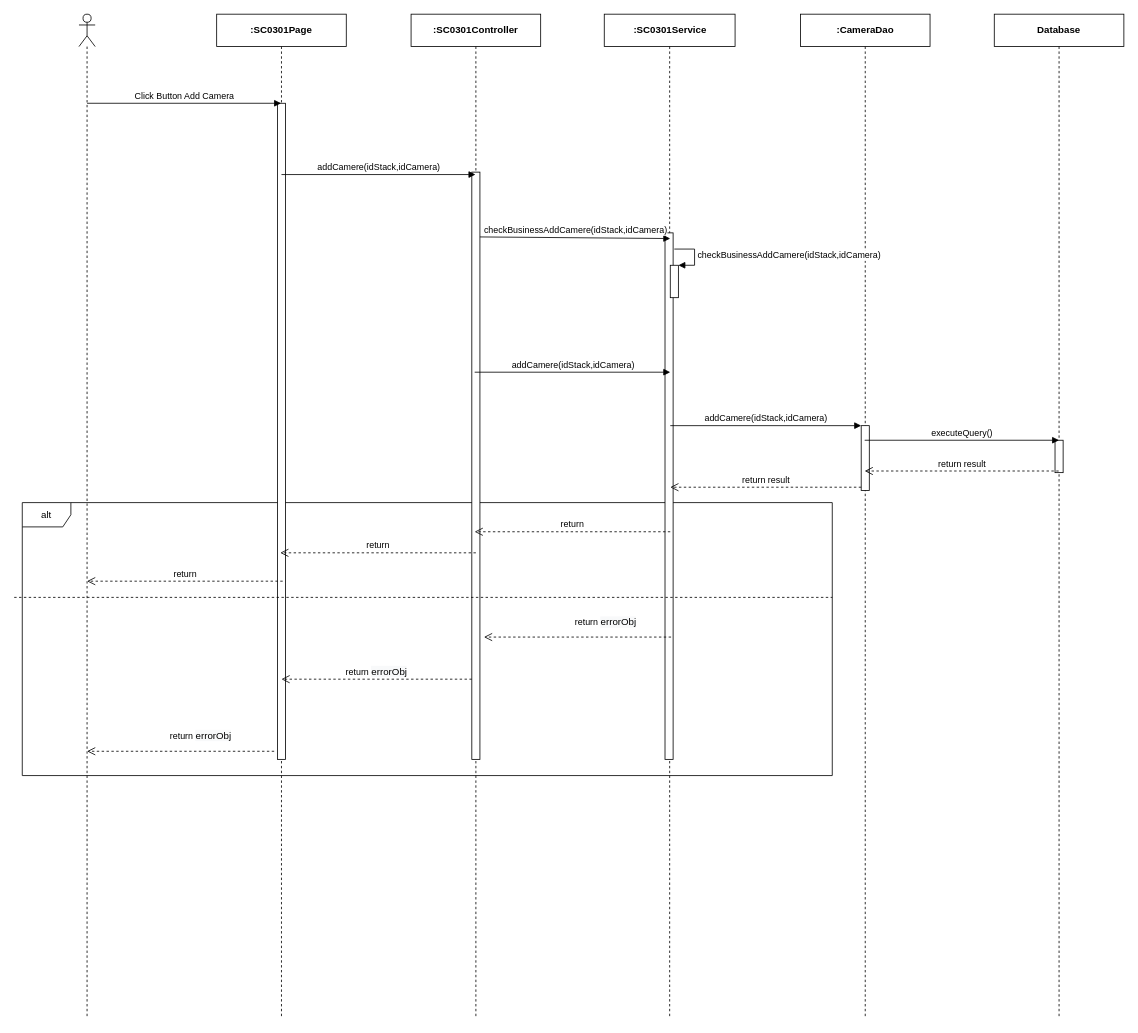
Above: page "Ev05" (3 of 6) of 0. Create/Sequece/sc03/SC0301_StackDetail.drawio in luannmdev/CapstoneDocument (draw.io), before the change. Source tidied: cells renumbered, new cells numbered last; positions are measured from the earlier drawing's top-left corner, leaving out a move shared by most shapes. Both pictures are drawn from the tidied source at 81%, with x=0, y=0 at pixel (14, 14).
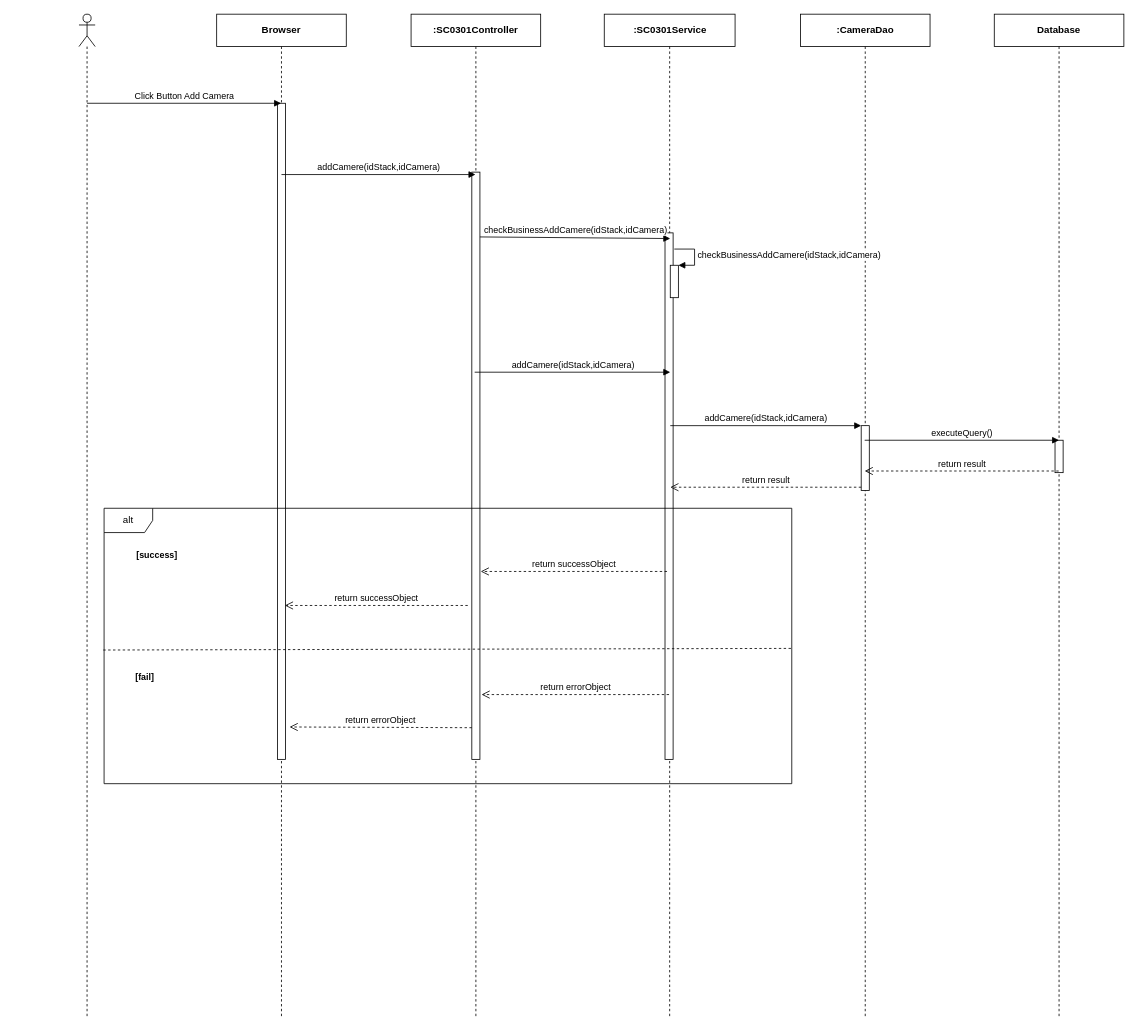
After the change.

Change to the diagram source:
```diff
@@
-    <mxCell id="2" value="alt" style="shape=umlFrame;whiteSpace=wrap;html=1;" parent="1" vertex="1">
-      <mxGeometry x="10" y="603" width="1000" height="337" as="geometry" />
-    </mxCell>
@@
-    <mxCell id="4" value="&lt;b&gt;:SC0301Page&lt;/b&gt;" style="shape=umlLifeline;perimeter=lifelinePerimeter;whiteSpace=wrap;html=1;outlineConnect=0;" parent="1" vertex="1">
+    <mxCell id="4" value="&lt;b&gt;Browser&lt;/b&gt;" style="shape=umlLifeline;perimeter=lifelinePerimeter;whiteSpace=wrap;html=1;outlineConnect=0;" parent="1" vertex="1">
       <mxGeometry x="250" width="160" height="1240" as="geometry" />
     </mxCell>
@@
-    <mxCell id="24" value="return&amp;nbsp;&lt;span style=&quot;font-size: 12px ; background-color: rgb(248 , 249 , 250)&quot;&gt;errorObj&lt;/span&gt;" style="html=1;verticalAlign=bottom;endArrow=open;dashed=1;endSize=8;" parent="1" edge="1">
-      <mxGeometry x="-0.3" y="-9" relative="1" as="geometry">
-        <mxPoint x="811" y="769" as="sourcePoint" />
-        <mxPoint x="580" y="769" as="targetPoint" />
-      </mxGeometry>
-    </mxCell>
-    <mxCell id="25" value="return&amp;nbsp;&lt;span style=&quot;font-size: 12px ; background-color: rgb(248 , 249 , 250)&quot;&gt;errorObj&lt;/span&gt;" style="html=1;verticalAlign=bottom;endArrow=open;dashed=1;endSize=8;" parent="1" edge="1">
-      <mxGeometry relative="1" as="geometry">
-        <mxPoint x="565" y="821" as="sourcePoint" />
-        <mxPoint x="330" y="821" as="targetPoint" />
-      </mxGeometry>
-    </mxCell>
-    <mxCell id="26" value="return" style="html=1;verticalAlign=bottom;endArrow=open;dashed=1;endSize=8;" parent="1" edge="1">
-      <mxGeometry relative="1" as="geometry">
-        <mxPoint x="810" y="639" as="sourcePoint" />
-        <mxPoint x="568.5" y="639" as="targetPoint" />
-      </mxGeometry>
-    </mxCell>
-    <mxCell id="27" style="endArrow=none;dashed=1;html=1;" parent="1" edge="1">
-      <mxGeometry relative="1" as="geometry">
-        <mxPoint y="720" as="sourcePoint" />
-        <mxPoint x="1010" y="720" as="targetPoint" />
-      </mxGeometry>
-    </mxCell>
-    <mxCell id="28" value="return" style="html=1;verticalAlign=bottom;endArrow=open;dashed=1;endSize=8;" parent="1" edge="1">
-      <mxGeometry relative="1" as="geometry">
-        <mxPoint x="570" y="665" as="sourcePoint" />
-        <mxPoint x="328.5" y="665" as="targetPoint" />
-      </mxGeometry>
-    </mxCell>
-    <mxCell id="29" value="return&amp;nbsp;&lt;span style=&quot;font-size: 12px ; background-color: rgb(248 , 249 , 250)&quot;&gt;errorObj&lt;/span&gt;" style="html=1;verticalAlign=bottom;endArrow=open;dashed=1;endSize=8;" parent="1" edge="1">
-      <mxGeometry x="-0.21" y="-10" relative="1" as="geometry">
-        <mxPoint x="321" y="910" as="sourcePoint" />
-        <mxPoint x="90" y="910" as="targetPoint" />
-      </mxGeometry>
-    </mxCell>
-    <mxCell id="30" value="return" style="html=1;verticalAlign=bottom;endArrow=open;dashed=1;endSize=8;" parent="1" edge="1">
-      <mxGeometry relative="1" as="geometry">
-        <mxPoint x="331.5" y="700" as="sourcePoint" />
-        <mxPoint x="90" y="700" as="targetPoint" />
-      </mxGeometry>
-    </mxCell>
+    <mxCell id="2" value="alt" style="shape=umlFrame;whiteSpace=wrap;html=1;" parent="1" vertex="1">
+      <mxGeometry x="111" y="610" width="849" height="340" as="geometry" />
+    </mxCell>
+    <mxCell id="31" value="return successObject" style="html=1;verticalAlign=bottom;endArrow=open;dashed=1;endSize=8;" parent="1" edge="1">
+      <mxGeometry relative="1" as="geometry">
+        <mxPoint x="806" y="688" as="sourcePoint" />
+        <mxPoint x="576" y="688" as="targetPoint" />
+      </mxGeometry>
+    </mxCell>
+    <mxCell id="32" value="return successObject" style="html=1;verticalAlign=bottom;endArrow=open;dashed=1;endSize=8;" parent="1" edge="1">
+      <mxGeometry relative="1" as="geometry">
+        <mxPoint x="560" y="730" as="sourcePoint" />
+        <mxPoint x="334.2" y="730" as="targetPoint" />
+      </mxGeometry>
+    </mxCell>
+    <mxCell id="33" style="endArrow=none;dashed=1;html=1;exitX=-0.001;exitY=0.303;exitDx=0;exitDy=0;exitPerimeter=0;" parent="1" edge="1">
+      <mxGeometry relative="1" as="geometry">
+        <mxPoint x="110" y="785" as="sourcePoint" />
+        <mxPoint x="960" y="783" as="targetPoint" />
+      </mxGeometry>
+    </mxCell>
+    <mxCell id="34" value="&lt;span style=&quot;font-size: 11px ; background-color: rgb(255 , 255 , 255)&quot;&gt;&lt;b&gt;[success]&lt;/b&gt;&lt;/span&gt;" style="text;html=1;align=center;verticalAlign=middle;" parent="1" vertex="1">
+      <mxGeometry x="141" y="658" width="70" height="20" as="geometry" />
+    </mxCell>
+    <mxCell id="35" value="&lt;span style=&quot;font-size: 11px ; background-color: rgb(255 , 255 , 255)&quot;&gt;&lt;b&gt;[fail]&lt;/b&gt;&lt;/span&gt;" style="text;html=1;align=center;verticalAlign=middle;" parent="1" vertex="1">
+      <mxGeometry x="141" y="808" width="40" height="20" as="geometry" />
+    </mxCell>
+    <mxCell id="36" value="return errorObject" style="html=1;verticalAlign=bottom;endArrow=open;dashed=1;endSize=8;" parent="1" edge="1">
+      <mxGeometry relative="1" as="geometry">
+        <mxPoint x="808.5" y="840" as="sourcePoint" />
+        <mxPoint x="577" y="840" as="targetPoint" />
+      </mxGeometry>
+    </mxCell>
+    <mxCell id="37" value="return errorObject" style="html=1;verticalAlign=bottom;endArrow=open;dashed=1;endSize=8;exitX=0;exitY=0.93;exitDx=0;exitDy=0;exitPerimeter=0;" parent="1" edge="1">
+      <mxGeometry relative="1" as="geometry">
+        <mxPoint x="565" y="880.9" as="sourcePoint" />
+        <mxPoint x="340" y="880" as="targetPoint" />
+      </mxGeometry>
+    </mxCell>
```
